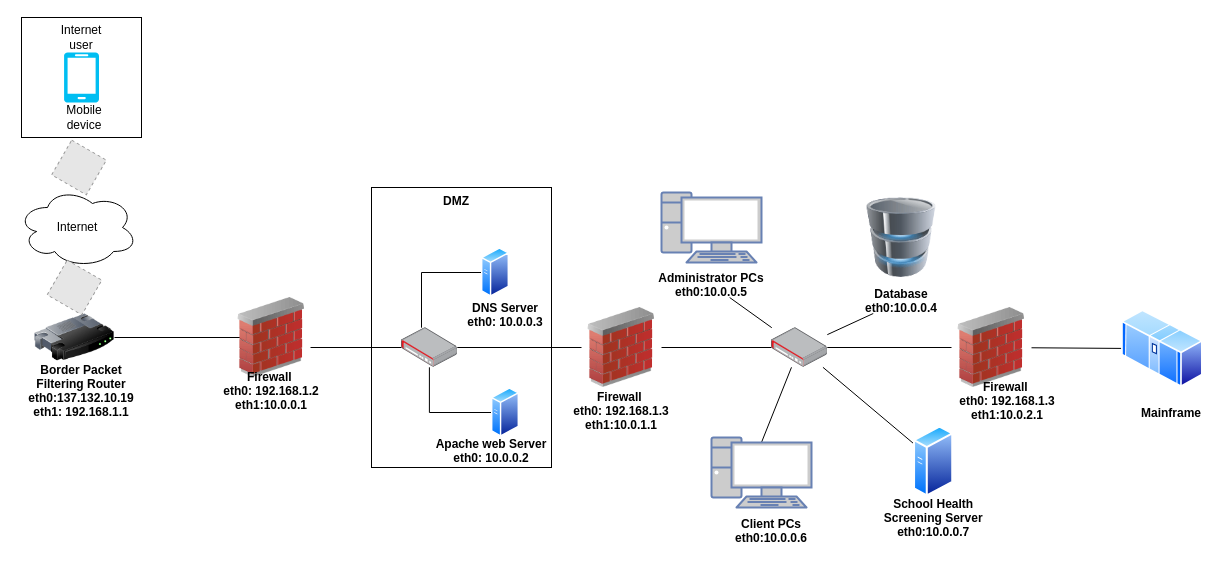
Above: page "Page-4" (4 of 4) of Untitled Diagram.drawio in liye000/UsercaseDiagram (draw.io), before the change. Source tidied: cells renumbered, new cells numbered last; positions are measured from the earlier drawing's top-left corner, leaving out a move shared by most shapes. Both pictures are drawn from the tidied source at 100%, with x=0, y=0 at pixel (17, 17). Pictures stored in the file or linked from it are replaced by grey dashed boxes.
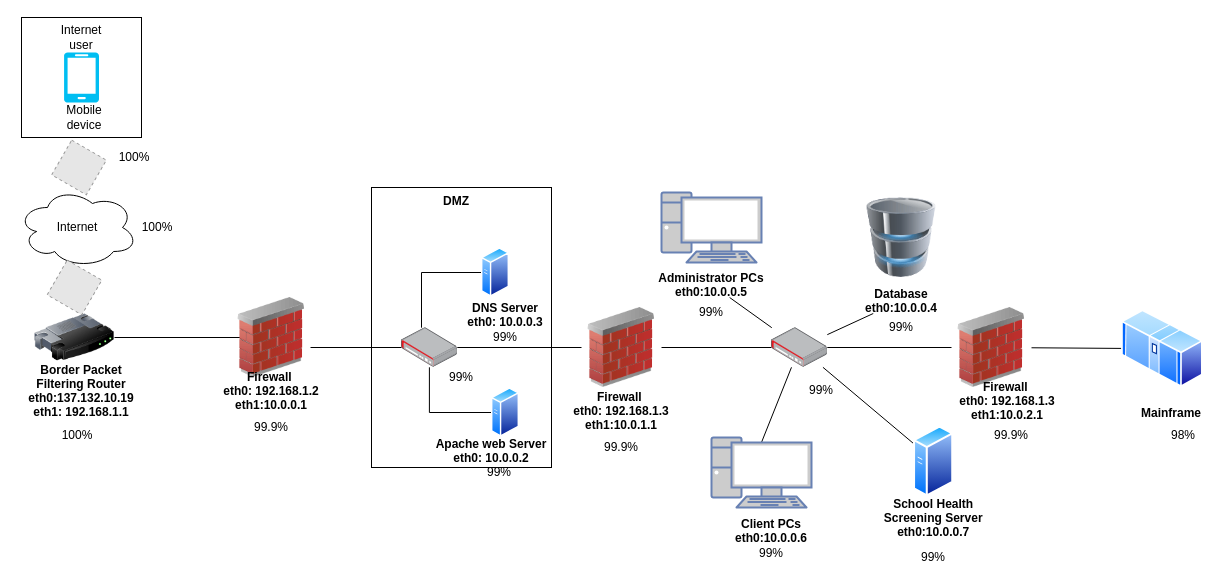
Above is the later version.

Diff of the diagram source:
```diff
@@
+    <mxCell id="47" value="100%" style="text;html=1;strokeColor=none;fillColor=none;align=center;verticalAlign=middle;whiteSpace=wrap;rounded=0;" parent="1" vertex="1">
+      <mxGeometry x="96.9" y="130" width="40" height="20" as="geometry" />
+    </mxCell>
+    <mxCell id="48" value="100%" style="text;html=1;strokeColor=none;fillColor=none;align=center;verticalAlign=middle;whiteSpace=wrap;rounded=0;" parent="1" vertex="1">
+      <mxGeometry x="120" y="200" width="40" height="20" as="geometry" />
+    </mxCell>
+    <mxCell id="49" value="100%" style="text;html=1;strokeColor=none;fillColor=none;align=center;verticalAlign=middle;whiteSpace=wrap;rounded=0;" parent="1" vertex="1">
+      <mxGeometry x="40" y="408" width="40" height="20" as="geometry" />
+    </mxCell>
+    <mxCell id="50" value="99.9%" style="text;html=1;strokeColor=none;fillColor=none;align=center;verticalAlign=middle;whiteSpace=wrap;rounded=0;" parent="1" vertex="1">
+      <mxGeometry x="234" y="400" width="40" height="20" as="geometry" />
+    </mxCell>
+    <mxCell id="51" value="99%" style="text;html=1;strokeColor=none;fillColor=none;align=center;verticalAlign=middle;whiteSpace=wrap;rounded=0;" parent="1" vertex="1">
+      <mxGeometry x="468" y="310.2" width="40" height="20" as="geometry" />
+    </mxCell>
+    <mxCell id="52" value="99%" style="text;html=1;strokeColor=none;fillColor=none;align=center;verticalAlign=middle;whiteSpace=wrap;rounded=0;" parent="1" vertex="1">
+      <mxGeometry x="462" y="445" width="40" height="20" as="geometry" />
+    </mxCell>
+    <mxCell id="53" value="99%" style="text;html=1;strokeColor=none;fillColor=none;align=center;verticalAlign=middle;whiteSpace=wrap;rounded=0;" parent="1" vertex="1">
+      <mxGeometry x="424" y="350" width="40" height="20" as="geometry" />
+    </mxCell>
+    <mxCell id="54" value="99.9%" style="text;html=1;strokeColor=none;fillColor=none;align=center;verticalAlign=middle;whiteSpace=wrap;rounded=0;" parent="1" vertex="1">
+      <mxGeometry x="584" y="420" width="40" height="20" as="geometry" />
+    </mxCell>
+    <mxCell id="55" value="99.9%" style="text;html=1;strokeColor=none;fillColor=none;align=center;verticalAlign=middle;whiteSpace=wrap;rounded=0;" parent="1" vertex="1">
+      <mxGeometry x="974" y="408" width="40" height="20" as="geometry" />
+    </mxCell>
+    <mxCell id="56" value="98%" style="text;html=1;strokeColor=none;fillColor=none;align=center;verticalAlign=middle;whiteSpace=wrap;rounded=0;" parent="1" vertex="1">
+      <mxGeometry x="1145.8" y="408" width="40" height="20" as="geometry" />
+    </mxCell>
+    <mxCell id="57" value="99%" style="text;html=1;strokeColor=none;fillColor=none;align=center;verticalAlign=middle;whiteSpace=wrap;rounded=0;" parent="1" vertex="1">
+      <mxGeometry x="896" y="530" width="40" height="20" as="geometry" />
+    </mxCell>
+    <mxCell id="58" value="99%" style="text;html=1;strokeColor=none;fillColor=none;align=center;verticalAlign=middle;whiteSpace=wrap;rounded=0;" parent="1" vertex="1">
+      <mxGeometry x="864" y="300" width="40" height="20" as="geometry" />
+    </mxCell>
+    <mxCell id="59" value="99%" style="text;html=1;strokeColor=none;fillColor=none;align=center;verticalAlign=middle;whiteSpace=wrap;rounded=0;" parent="1" vertex="1">
+      <mxGeometry x="674" y="270" width="40" height="50" as="geometry" />
+    </mxCell>
+    <mxCell id="60" value="99%" style="text;html=1;strokeColor=none;fillColor=none;align=center;verticalAlign=middle;whiteSpace=wrap;rounded=0;" parent="1" vertex="1">
+      <mxGeometry x="734" y="526" width="40" height="20" as="geometry" />
+    </mxCell>
+    <mxCell id="61" value="99%" style="text;html=1;strokeColor=none;fillColor=none;align=center;verticalAlign=middle;whiteSpace=wrap;rounded=0;" parent="1" vertex="1">
+      <mxGeometry x="784" y="363" width="40" height="20" as="geometry" />
+    </mxCell>
```
